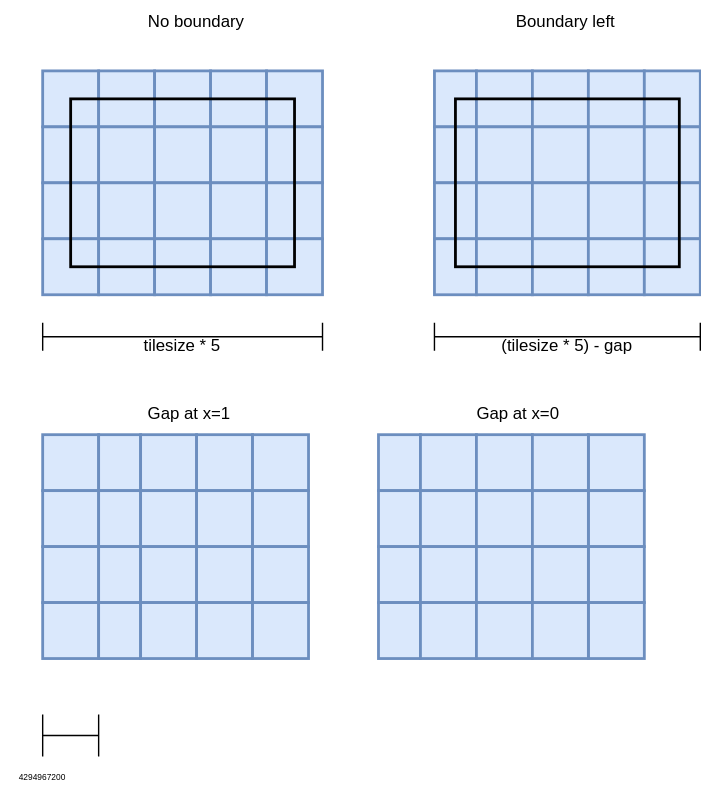
The draw.io diagram doc/viewport.svg in pixelaw/web_new, before a commit. Source tidied: cells renumbered, new cells last; positions are measured from the earlier drawing's top-left corner, leaving out a move shared by most shapes.
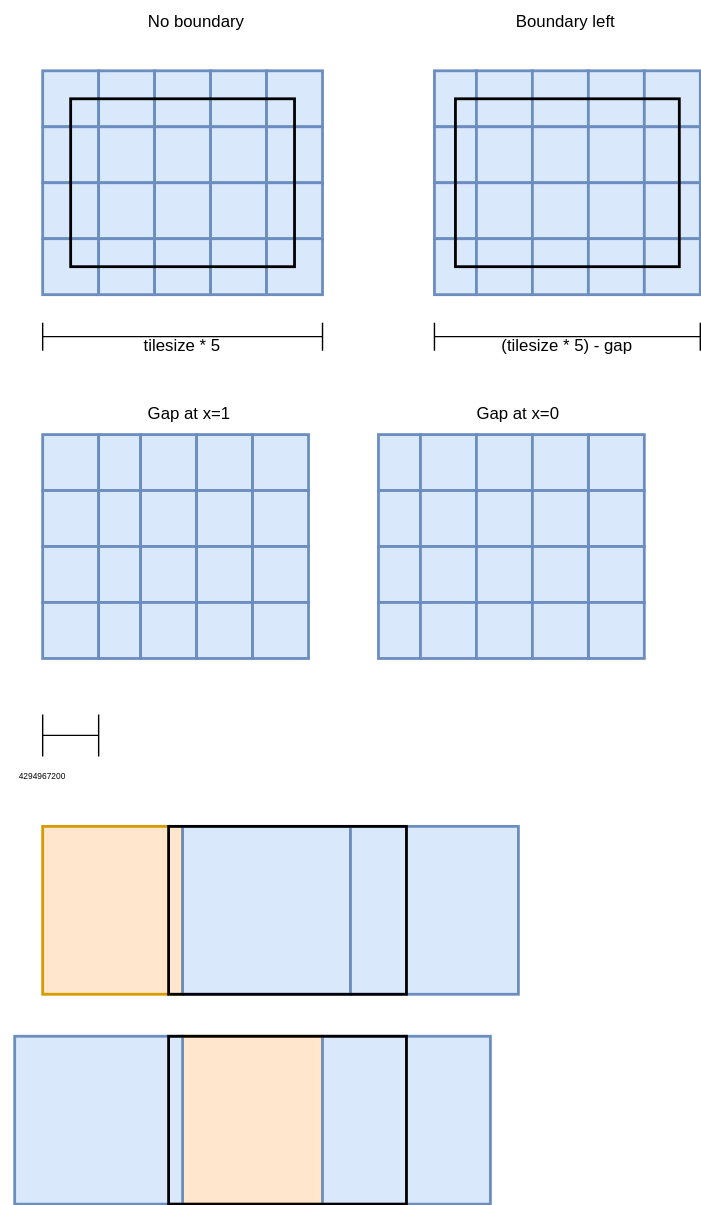
Above is the later version.

Change to the diagram source:
```diff
@@ -275,5 +275,29 @@
     <mxCell id="92" value="Gap at x=0" style="text;html=1;strokeColor=none;fillColor=none;align=center;verticalAlign=middle;whiteSpace=wrap;rounded=0;" parent="1" vertex="1">
       <mxGeometry x="325" y="280" width="90" height="30" as="geometry" />
     </mxCell>
+    <mxCell id="93" style="rounded=0;whiteSpace=wrap;html=1;fillColor=#ffe6cc;strokeWidth=2;strokeColor=#d79b00;" parent="1" vertex="1">
+      <mxGeometry x="30" y="590" width="100" height="120" as="geometry" />
+    </mxCell>
+    <mxCell id="94" style="rounded=0;whiteSpace=wrap;html=1;fillColor=#dae8fc;strokeWidth=2;strokeColor=#6c8ebf;" parent="1" vertex="1">
+      <mxGeometry x="130" y="590" width="120" height="120" as="geometry" />
+    </mxCell>
+    <mxCell id="95" style="rounded=0;whiteSpace=wrap;html=1;fillColor=#dae8fc;strokeWidth=2;strokeColor=#6c8ebf;" parent="1" vertex="1">
+      <mxGeometry x="250" y="590" width="120" height="120" as="geometry" />
+    </mxCell>
+    <mxCell id="96" style="rounded=0;whiteSpace=wrap;html=1;fillColor=#ffe6cc;strokeWidth=2;strokeColor=#d79b00;" parent="1" vertex="1">
+      <mxGeometry x="130" y="740" width="100" height="120" as="geometry" />
+    </mxCell>
+    <mxCell id="97" style="rounded=0;whiteSpace=wrap;html=1;fillColor=#dae8fc;strokeWidth=2;strokeColor=#6c8ebf;" parent="1" vertex="1">
+      <mxGeometry x="10" y="740" width="120" height="120" as="geometry" />
+    </mxCell>
+    <mxCell id="98" style="rounded=0;whiteSpace=wrap;html=1;fillColor=#dae8fc;strokeWidth=2;strokeColor=#6c8ebf;" parent="1" vertex="1">
+      <mxGeometry x="230" y="740" width="120" height="120" as="geometry" />
+    </mxCell>
+    <mxCell id="99" style="rounded=0;whiteSpace=wrap;html=1;fillColor=none;strokeWidth=2;strokeColor=#000000;" parent="1" vertex="1">
+      <mxGeometry x="120" y="740" width="170" height="120" as="geometry" />
+    </mxCell>
+    <mxCell id="100" style="rounded=0;whiteSpace=wrap;html=1;fillColor=none;strokeWidth=2;strokeColor=#000000;" parent="1" vertex="1">
+      <mxGeometry x="120" y="590" width="170" height="120" as="geometry" />
+    </mxCell>
   </root>
 </mxGraphModel>
```
